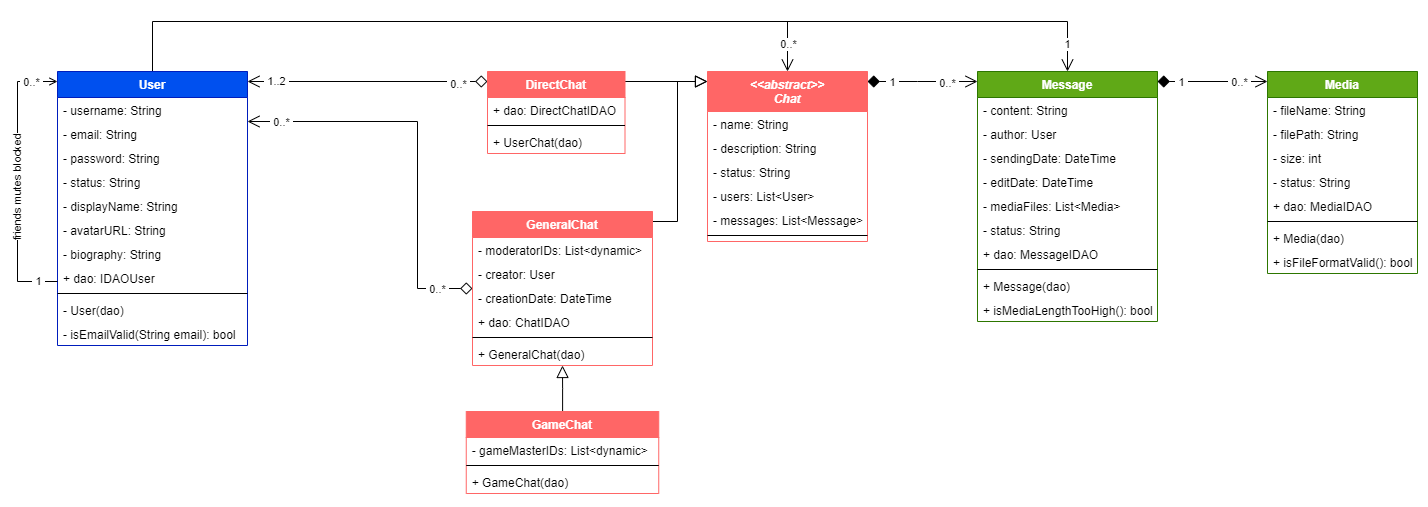
IagoGdeMeira/ddm-3es keeps this draw.io diagram as .vscode/DC-UML do Text&Role.png. Above is the earlier version. Source tidied: cells renumbered, new cells last; positions are measured from the earlier drawing's top-left corner, leaving out a move shared by most shapes.
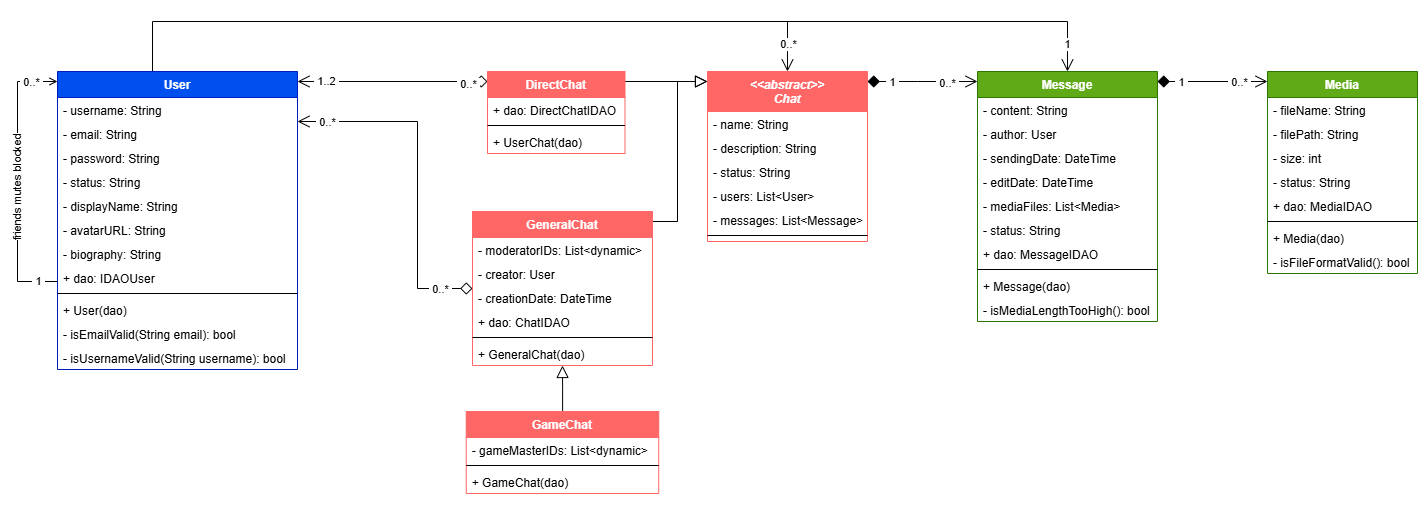
Later version of the same file.

Commit message:
Ajustando diagrama de classes e adicionando validação de nome de usuário à classe User.

Diff of the diagram source:
```diff
@@ -17,7 +17,7 @@
     </mxCell>
     <mxCell id="4" value="&amp;nbsp;1..2&amp;nbsp;" style="edgeLabel;html=1;align=center;verticalAlign=middle;" parent="2" vertex="1">
       <mxGeometry x="-0.65" y="1" relative="1" as="geometry">
-        <mxPoint x="-14" as="offset" />
+        <mxPoint x="-5" as="offset" />
       </mxGeometry>
     </mxCell>
     <mxCell id="5" style="edgeStyle=orthogonalEdgeStyle;rounded=0;jettySize=auto;html=1;endArrow=open;endFill=0;endSize=10;startSize=10;" parent="1" edge="1" source="7" target="57">
@@ -32,41 +32,44 @@
       <mxGeometry x="0.95" y="-1" relative="1" as="geometry" />
     </mxCell>
     <mxCell id="7" value="User" style="swimlane;fontStyle=1;align=center;verticalAlign=top;horizontal=1;startSize=26;rounded=0;shadow=0;strokeWidth=1;fillColor=#0050ef;strokeColor=#001DBC;fontColor=#ffffff;" parent="1" vertex="1">
-      <mxGeometry x="40" y="50" width="190" height="274" as="geometry" />
+      <mxGeometry x="40" y="50" width="240" height="298" as="geometry" />
     </mxCell>
     <mxCell id="8" value="- username: String" style="text;align=left;verticalAlign=top;spacingLeft=4;spacingRight=4;overflow=hidden;" parent="7" vertex="1">
-      <mxGeometry y="26" width="190" height="24" as="geometry" />
+      <mxGeometry y="26" width="240" height="24" as="geometry" />
     </mxCell>
     <mxCell id="9" value="- email: String" style="text;align=left;verticalAlign=top;spacingLeft=4;spacingRight=4;overflow=hidden;" parent="7" vertex="1">
-      <mxGeometry y="50" width="190" height="24" as="geometry" />
+      <mxGeometry y="50" width="240" height="24" as="geometry" />
     </mxCell>
     <mxCell id="10" value="- password: String" style="text;align=left;verticalAlign=top;spacingLeft=4;spacingRight=4;overflow=hidden;" parent="7" vertex="1">
-      <mxGeometry y="74" width="190" height="24" as="geometry" />
+      <mxGeometry y="74" width="240" height="24" as="geometry" />
     </mxCell>
     <mxCell id="11" value="- status: String" style="text;align=left;verticalAlign=top;spacingLeft=4;spacingRight=4;overflow=hidden;" parent="7" vertex="1">
-      <mxGeometry y="98" width="190" height="24" as="geometry" />
+      <mxGeometry y="98" width="240" height="24" as="geometry" />
     </mxCell>
     <mxCell id="12" value="- displayName: String" style="text;align=left;verticalAlign=top;spacingLeft=4;spacingRight=4;overflow=hidden;" parent="7" vertex="1">
-      <mxGeometry y="122" width="190" height="24" as="geometry" />
+      <mxGeometry y="122" width="240" height="24" as="geometry" />
     </mxCell>
     <mxCell id="13" value="- avatarURL: String" style="text;align=left;verticalAlign=top;spacingLeft=4;spacingRight=4;overflow=hidden;" parent="7" vertex="1">
-      <mxGeometry y="146" width="190" height="24" as="geometry" />
+      <mxGeometry y="146" width="240" height="24" as="geometry" />
     </mxCell>
     <mxCell id="14" value="- biography: String" style="text;align=left;verticalAlign=top;spacingLeft=4;spacingRight=4;overflow=hidden;" parent="7" vertex="1">
-      <mxGeometry y="170" width="190" height="24" as="geometry" />
+      <mxGeometry y="170" width="240" height="24" as="geometry" />
     </mxCell>
     <mxCell id="15" value="+ dao: IDAOUser" style="text;align=left;verticalAlign=top;spacingLeft=4;spacingRight=4;overflow=hidden;" parent="7" vertex="1">
-      <mxGeometry y="194" width="190" height="24" as="geometry" />
+      <mxGeometry y="194" width="240" height="24" as="geometry" />
     </mxCell>
     <mxCell id="16" style="line;html=1;strokeWidth=1;align=left;verticalAlign=middle;spacingTop=-1;spacingLeft=3;spacingRight=3;labelPosition=right;" parent="7" vertex="1">
-      <mxGeometry y="218" width="190" height="8" as="geometry" />
+      <mxGeometry y="218" width="240" height="8" as="geometry" />
     </mxCell>
-    <mxCell id="17" value="- User(dao)" style="text;align=left;verticalAlign=top;spacingLeft=4;spacingRight=4;overflow=hidden;" parent="7" vertex="1">
-      <mxGeometry y="226" width="190" height="24" as="geometry" />
+    <mxCell id="17" value="+ User(dao)" style="text;align=left;verticalAlign=top;spacingLeft=4;spacingRight=4;overflow=hidden;" parent="7" vertex="1">
+      <mxGeometry y="226" width="240" height="24" as="geometry" />
     </mxCell>
     <mxCell id="18" value="- isEmailValid(String email): bool" style="text;align=left;verticalAlign=top;spacingLeft=4;spacingRight=4;overflow=hidden;" parent="7" vertex="1">
-      <mxGeometry y="250" width="190" height="24" as="geometry" />
+      <mxGeometry y="250" width="240" height="24" as="geometry" />
     </mxCell>
+    <mxCell id="80" value="- isUsernameValid(String username): bool" style="text;align=left;verticalAlign=top;spacingLeft=4;spacingRight=4;overflow=hidden;" parent="7" vertex="1">
+      <mxGeometry y="274" width="240" height="24" as="geometry" />
+    </mxCell>
     <mxCell id="19" style="edgeStyle=orthogonalEdgeStyle;rounded=0;orthogonalLoop=1;jettySize=auto;html=1;endArrow=open;endFill=0;" parent="1" edge="1" source="7" target="7">
       <mxGeometry relative="1" as="geometry">
         <Array as="points">
@@ -252,7 +255,7 @@
     <mxCell id="66" value="+ Message(dao)" style="text;align=left;verticalAlign=top;spacingLeft=4;spacingRight=4;overflow=hidden;fontStyle=0;" parent="57" vertex="1">
       <mxGeometry y="202" width="180" height="24" as="geometry" />
     </mxCell>
-    <mxCell id="67" value="+ isMediaLengthTooHigh(): bool" style="text;align=left;verticalAlign=top;spacingLeft=4;spacingRight=4;overflow=hidden;fontStyle=0;" parent="57" vertex="1">
+    <mxCell id="67" value="- isMediaLengthTooHigh(): bool" style="text;align=left;verticalAlign=top;spacingLeft=4;spacingRight=4;overflow=hidden;fontStyle=0;" parent="57" vertex="1">
       <mxGeometry y="226" width="180" height="24" as="geometry" />
     </mxCell>
     <mxCell id="68" value="Media" style="swimlane;fontStyle=1;align=center;verticalAlign=top;horizontal=1;startSize=26;rounded=0;shadow=0;strokeWidth=1;fillColor=#60a917;strokeColor=#2D7600;fontColor=#ffffff;" parent="1" vertex="1">
@@ -279,7 +282,7 @@
     <mxCell id="75" value="+ Media(dao)" style="text;align=left;verticalAlign=top;spacingLeft=4;spacingRight=4;overflow=hidden;fontStyle=0;" parent="68" vertex="1">
       <mxGeometry y="154" width="150" height="24" as="geometry" />
     </mxCell>
-    <mxCell id="76" value="+ isFileFormatValid(): bool" style="text;align=left;verticalAlign=top;spacingLeft=4;spacingRight=4;overflow=hidden;fontStyle=0;" parent="68" vertex="1">
+    <mxCell id="76" value="- isFileFormatValid(): bool" style="text;align=left;verticalAlign=top;spacingLeft=4;spacingRight=4;overflow=hidden;fontStyle=0;" parent="68" vertex="1">
       <mxGeometry y="178" width="150" height="24" as="geometry" />
     </mxCell>
     <mxCell id="77" style="edgeStyle=orthogonalEdgeStyle;rounded=0;jettySize=auto;html=1;endArrow=open;endFill=0;endSize=10;startSize=10;startArrow=diamond;startFill=1;" parent="1" edge="1" source="25" target="57">
```
